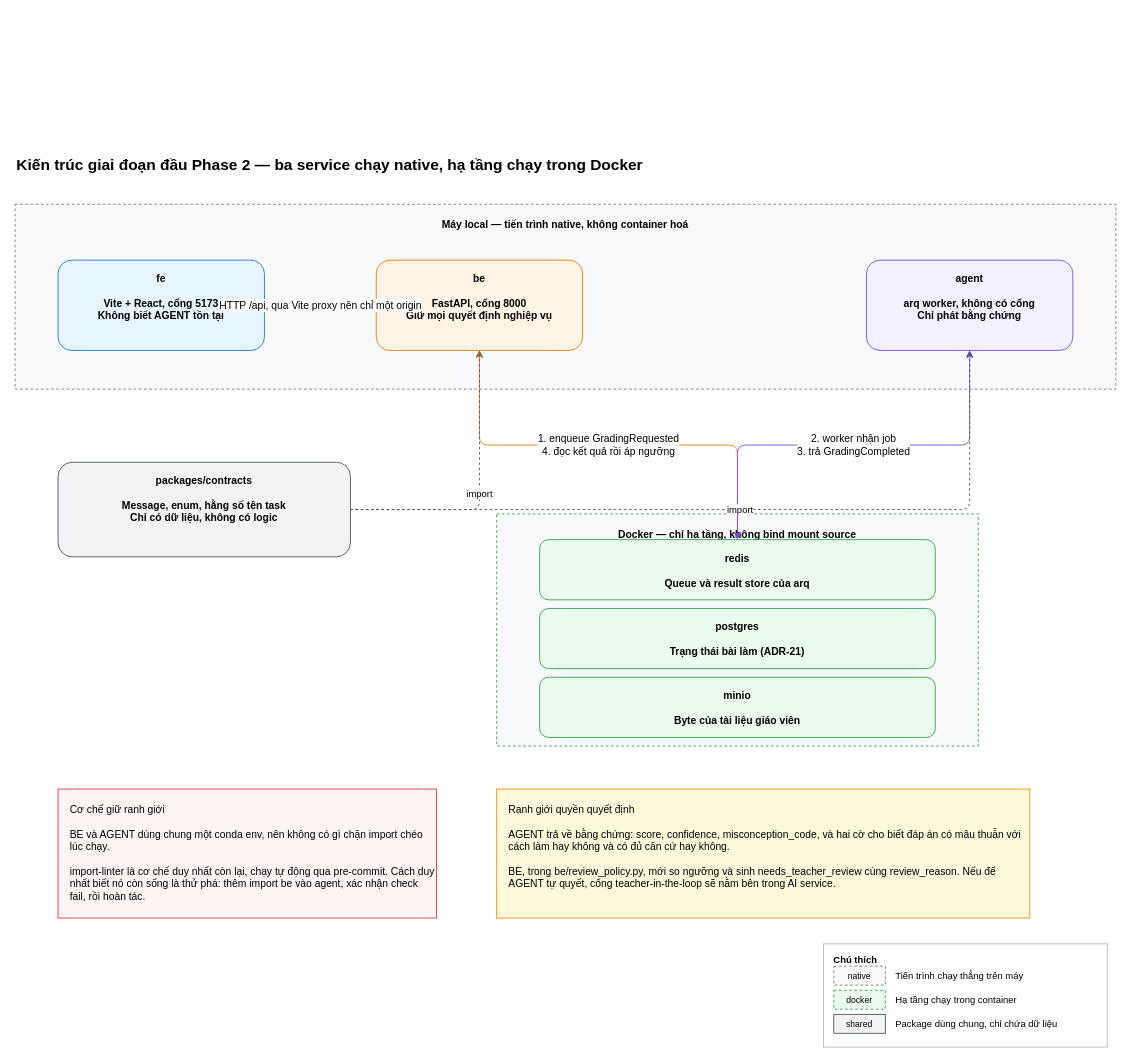
This is docs/diagrams/system-architecture.drawio from biabeogo147/AI-Assessment-and-Feedback-Assistant, a draw.io file, before an edit. Source tidied: cells renumbered, new cells numbered last; positions are measured from the earlier drawing's top-left corner, leaving out a move shared by most shapes. Both pictures are drawn from the tidied source at 86%, with x=0, y=0 at pixel (15, 152).
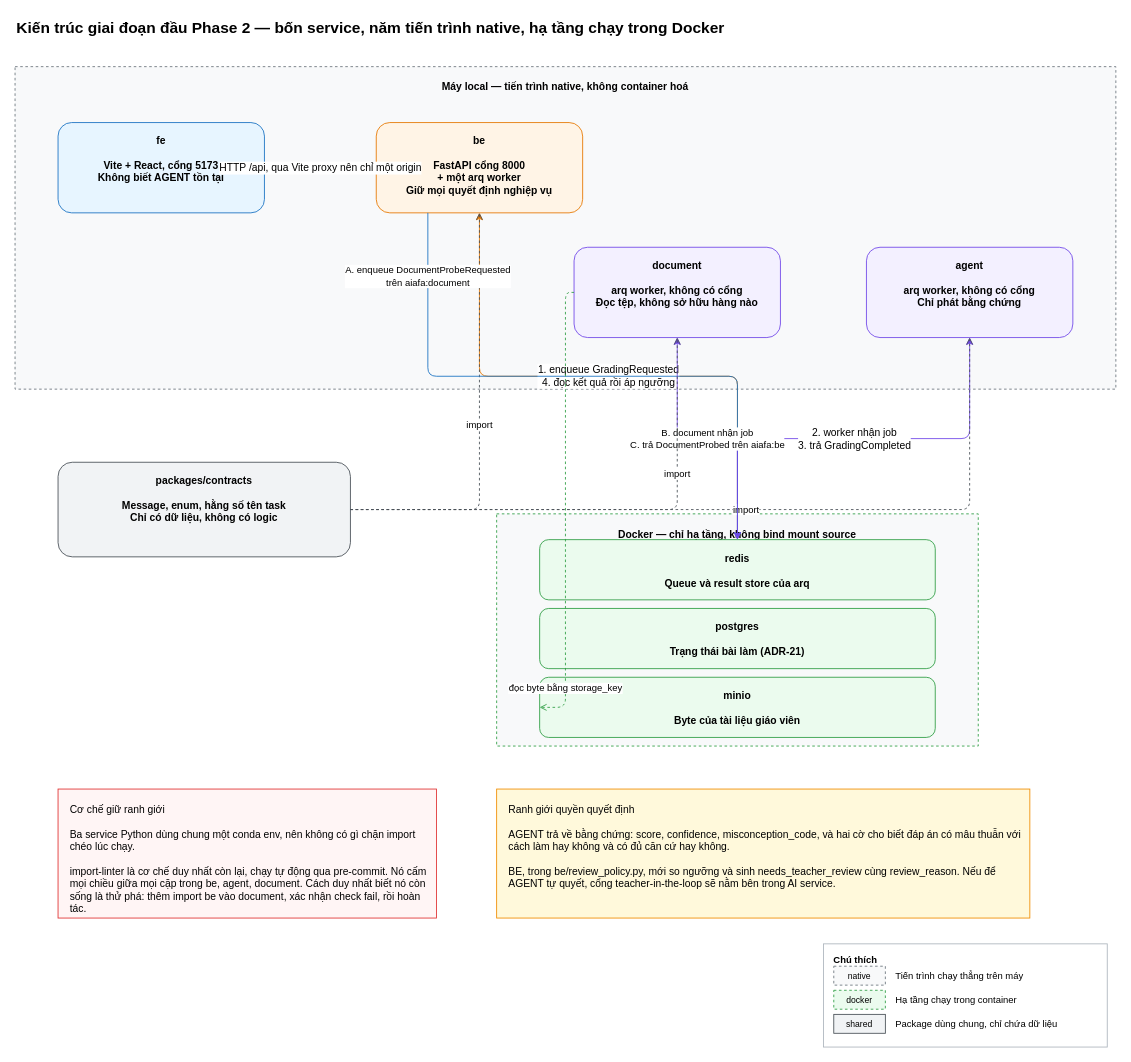
After the change.

The change refers to these unchanged cells:
```xml
<mxCell id="8" value="redis&#10;&#10;Queue và result store của arq" style="rounded=1;whiteSpace=wrap;html=1;fillColor=#ebfbee;strokeColor=#2f9e44;fontStyle=1;verticalAlign=top;spacingTop=8;" parent="1" vertex="1">
  <mxGeometry x="610" y="450" width="460" height="70" as="geometry" />
</mxCell>
<mxCell id="10" value="minio&#10;&#10;Byte của tài liệu giáo viên" style="rounded=1;whiteSpace=wrap;html=1;fillColor=#ebfbee;strokeColor=#2f9e44;fontStyle=1;verticalAlign=top;spacingTop=8;" parent="1" vertex="1">
  <mxGeometry x="610" y="610" width="460" height="70" as="geometry" />
</mxCell>
<mxCell id="11" value="packages/contracts&#10;&#10;Message, enum, hằng số tên task&#10;Chỉ có dữ liệu, không có logic" style="rounded=1;whiteSpace=wrap;html=1;fillColor=#f1f3f5;strokeColor=#495057;fontStyle=1;verticalAlign=top;spacingTop=8;" parent="1" vertex="1">
  <mxGeometry x="50" y="360" width="340" height="110" as="geometry" />
</mxCell>
```

What changed in the source:
```diff
@@
-    <mxCell id="2" value="Kiến trúc giai đoạn đầu Phase 2 — ba service chạy native, hạ tầng chạy trong Docker" style="text;html=1;fontSize=18;fontStyle=1;align=left;verticalAlign=middle;" parent="1" vertex="1">
-      <mxGeometry width="900" height="30" as="geometry" />
+    <mxCell id="2" value="Kiến trúc giai đoạn đầu Phase 2 — bốn service, năm tiến trình native, hạ tầng chạy trong Docker" style="text;html=1;fontSize=18;fontStyle=1;align=left;verticalAlign=middle;" parent="1" vertex="1">
+      <mxGeometry y="-160" width="900" height="30" as="geometry" />
     </mxCell>
     <mxCell id="3" value="Máy local — tiến trình native, không container hoá" style="rounded=0;whiteSpace=wrap;html=1;fillColor=#f8f9fa;strokeColor=#6c757d;fontStyle=1;verticalAlign=top;spacingTop=10;dashed=1;" parent="1" vertex="1">
-      <mxGeometry y="60" width="1280" height="215" as="geometry" />
+      <mxGeometry y="-100" width="1280" height="375" as="geometry" />
     </mxCell>
     <mxCell id="4" value="fe&#10;&#10;Vite + React, cổng 5173&#10;Không biết AGENT tồn tại" style="rounded=1;whiteSpace=wrap;html=1;fillColor=#e7f5ff;strokeColor=#1971c2;fontStyle=1;verticalAlign=top;spacingTop=8;" parent="1" vertex="1">
-      <mxGeometry x="50" y="125" width="240" height="105" as="geometry" />
+      <mxGeometry x="50" y="-35" width="240" height="105" as="geometry" />
     </mxCell>
-    <mxCell id="5" value="be&#10;&#10;FastAPI, cổng 8000&#10;Giữ mọi quyết định nghiệp vụ" style="rounded=1;whiteSpace=wrap;html=1;fillColor=#fff4e6;strokeColor=#e67700;fontStyle=1;verticalAlign=top;spacingTop=8;" parent="1" vertex="1">
-      <mxGeometry x="420" y="125" width="240" height="105" as="geometry" />
+    <mxCell id="5" value="be&#10;&#10;FastAPI cổng 8000&#10;+ một arq worker&#10;Giữ mọi quyết định nghiệp vụ" style="rounded=1;whiteSpace=wrap;html=1;fillColor=#fff4e6;strokeColor=#e67700;fontStyle=1;verticalAlign=top;spacingTop=8;" parent="1" vertex="1">
+      <mxGeometry x="420" y="-35" width="240" height="105" as="geometry" />
     </mxCell>
+    <mxCell id="26" value="document&#10;&#10;arq worker, không có cổng&#10;Đọc tệp, không sở hữu hàng nào" style="rounded=1;whiteSpace=wrap;html=1;fillColor=#f3f0ff;strokeColor=#7048e8;fontStyle=1;verticalAlign=top;spacingTop=8;" parent="1" vertex="1">
+      <mxGeometry x="650" y="110" width="240" height="105" as="geometry" />
+    </mxCell>
     <mxCell id="6" value="agent&#10;&#10;arq worker, không có cổng&#10;Chỉ phát bằng chứng" style="rounded=1;whiteSpace=wrap;html=1;fillColor=#f3f0ff;strokeColor=#7048e8;fontStyle=1;verticalAlign=top;spacingTop=8;" parent="1" vertex="1">
-      <mxGeometry x="990" y="125" width="240" height="105" as="geometry" />
+      <mxGeometry x="990" y="110" width="240" height="105" as="geometry" />
     </mxCell>
@@
+    <mxCell id="27" value="A. enqueue DocumentProbeRequested&#10;trên aiafa:document" style="edgeStyle=orthogonalEdgeStyle;html=1;strokeColor=#1971c2;fontSize=11;exitX=0.25;exitY=1;exitDx=0;exitDy=0;" parent="1" edge="1" source="5" target="8">
+      <mxGeometry x="-0.8" relative="1" as="geometry" />
+    </mxCell>
+    <mxCell id="28" value="B. document nhận job&#10;C. trả DocumentProbed trên aiafa:be" style="edgeStyle=orthogonalEdgeStyle;html=1;strokeColor=#7048e8;fontSize=11;startArrow=classic;startFill=1;" parent="1" edge="1" source="8" target="26">
+      <mxGeometry relative="1" as="geometry" />
+    </mxCell>
+    <mxCell id="29" value="đọc byte bằng storage_key" style="edgeStyle=orthogonalEdgeStyle;html=1;strokeColor=#2f9e44;fontSize=11;dashed=1;endArrow=open;exitX=0;exitY=0.5;exitDx=0;exitDy=0;entryX=0;entryY=0.5;entryDx=0;entryDy=0;" parent="1" edge="1" source="26" target="10">
+      <mxGeometry x="0.8" relative="1" as="geometry" />
+    </mxCell>
+    <mxCell id="30" value="import" style="edgeStyle=orthogonalEdgeStyle;html=1;dashed=1;strokeColor=#495057;endArrow=open;fontSize=11;" parent="1" edge="1" source="11" target="26">
+      <mxGeometry x="0.45" relative="1" as="geometry" />
+    </mxCell>
@@
-    <mxCell id="18" value="Cơ chế giữ ranh giới&#10;&#10;BE và AGENT dùng chung một conda env, nên không có gì chặn import chéo lúc chạy.&#10;&#10;import-linter là cơ chế duy nhất còn lại, chạy tự động qua pre-commit. Cách duy nhất biết nó còn sống là thử phá: thêm import be vào agent, xác nhận check fail, rồi hoàn tác." style="rounded=0;whiteSpace=wrap;html=1;fillColor=#fff5f5;strokeColor=#e03131;align=left;verticalAlign=top;spacingLeft=12;spacingTop=10;fontSize=12;" parent="1" vertex="1">
+    <mxCell id="18" value="Cơ chế giữ ranh giới&#10;&#10;Ba service Python dùng chung một conda env, nên không có gì chặn import chéo lúc chạy.&#10;&#10;import-linter là cơ chế duy nhất còn lại, chạy tự động qua pre-commit. Nó cấm mọi chiều giữa mọi cặp trong be, agent, document. Cách duy nhất biết nó còn sống là thử phá: thêm import be vào document, xác nhận check fail, rồi hoàn tác." style="rounded=0;whiteSpace=wrap;html=1;fillColor=#fff5f5;strokeColor=#e03131;align=left;verticalAlign=top;spacingLeft=12;spacingTop=10;fontSize=12;" parent="1" vertex="1">
       <mxGeometry x="50" y="740" width="440" height="150" as="geometry" />
     </mxCell>
```
